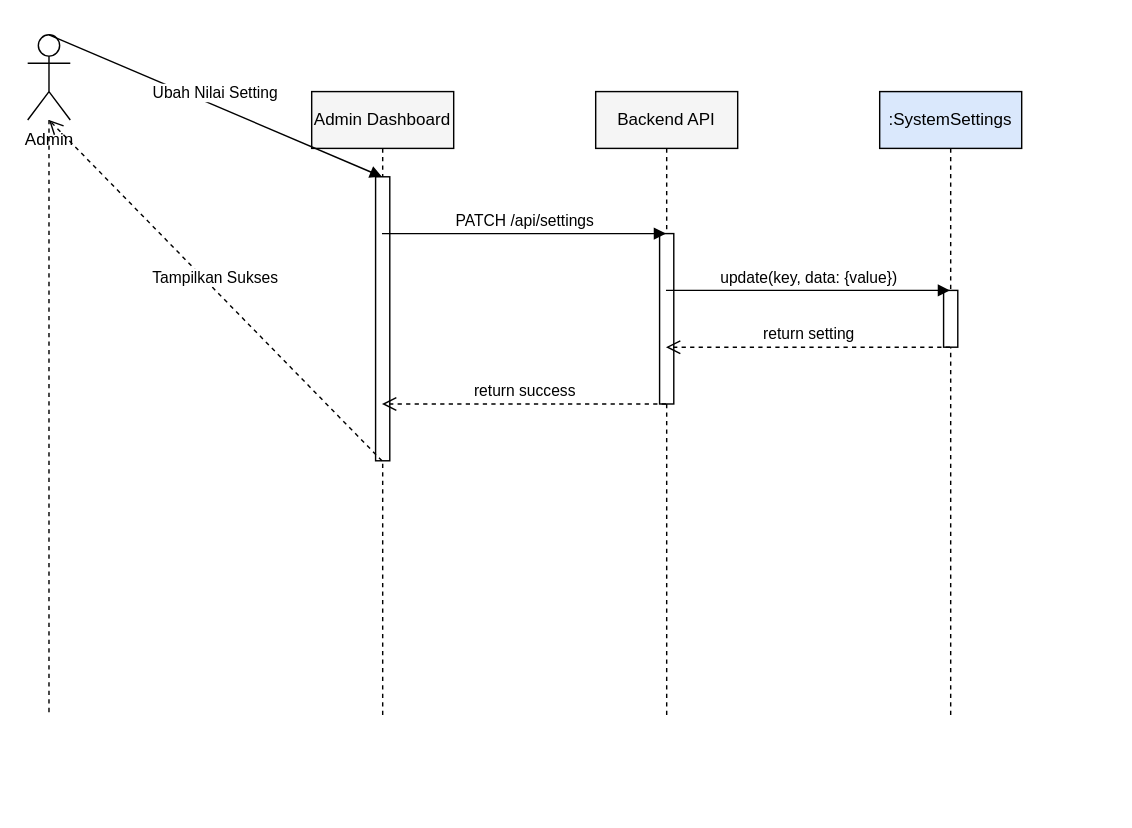
Earlier version of the draw.io diagram docs/sequence_admin_update_settings.drawio (muhammaddzaki123/adminkassmpit). Source tidied: cells renumbered, new cells numbered last; positions are measured from the earlier drawing's top-left corner, leaving out a move shared by most shapes. Both pictures are drawn from the tidied source at 142%, with x=0, y=0 at pixel (27, 34).
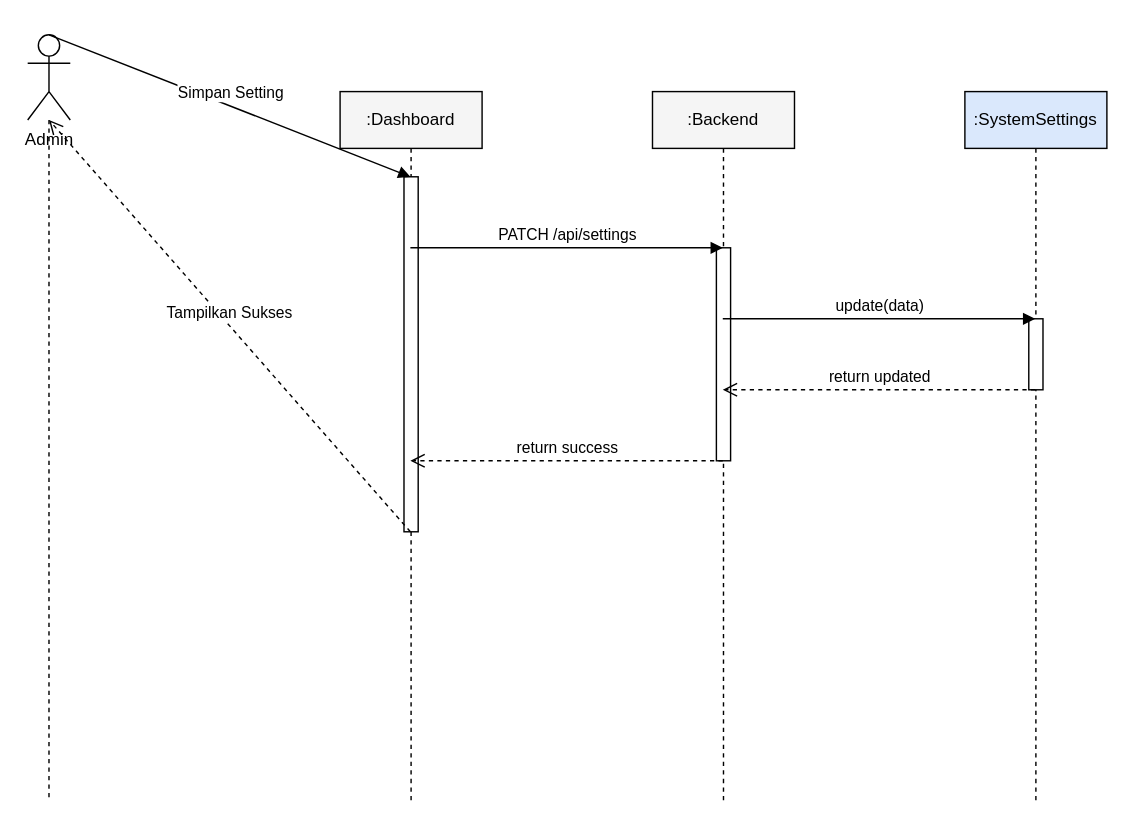
The same page after the edit.

Change to the diagram source:
```diff
@@
 <mxGraphModel>
   <root>
     <mxCell id="0" />
     <mxCell id="1" parent="0" />
     <mxCell id="2" value="Admin" style="shape=umlActor;verticalLabelPosition=bottom;verticalAlign=top;html=1;outlineConnect=0;" parent="1" vertex="1">
       <mxGeometry width="30" height="60" as="geometry" />
     </mxCell>
     <mxCell id="3" style="endArrow=none;dashed=1;html=1;" parent="1" edge="1" source="2">
       <mxGeometry relative="1" as="geometry">
-        <mxPoint x="15" y="480" as="targetPoint" />
+        <mxPoint x="15" y="540" as="targetPoint" />
       </mxGeometry>
     </mxCell>
-    <mxCell id="4" value="Admin Dashboard" style="shape=umlLifeline;perimeter=lifelinePerimeter;whiteSpace=wrap;html=1;outlineConnect=0;fillColor=#f5f5f5;" parent="1" vertex="1">
-      <mxGeometry x="200" y="40" width="100" height="440" as="geometry" />
+    <mxCell id="4" value=":Dashboard" style="shape=umlLifeline;perimeter=lifelinePerimeter;whiteSpace=wrap;html=1;outlineConnect=0;fillColor=#f5f5f5;" parent="1" vertex="1">
+      <mxGeometry x="220" y="40" width="100" height="500" as="geometry" />
     </mxCell>
-    <mxCell id="5" value="Backend API" style="shape=umlLifeline;perimeter=lifelinePerimeter;whiteSpace=wrap;html=1;outlineConnect=0;fillColor=#f5f5f5;" parent="1" vertex="1">
-      <mxGeometry x="400" y="40" width="100" height="440" as="geometry" />
+    <mxCell id="5" value=":Backend" style="shape=umlLifeline;perimeter=lifelinePerimeter;whiteSpace=wrap;html=1;outlineConnect=0;fillColor=#f5f5f5;" parent="1" vertex="1">
+      <mxGeometry x="440" y="40" width="100" height="500" as="geometry" />
     </mxCell>
     <mxCell id="6" value=":SystemSettings" style="shape=umlLifeline;perimeter=lifelinePerimeter;whiteSpace=wrap;html=1;outlineConnect=0;fillColor=#dae8fc;" parent="1" vertex="1">
-      <mxGeometry x="600" y="40" width="100" height="440" as="geometry" />
+      <mxGeometry x="660" y="40" width="100" height="500" as="geometry" />
     </mxCell>
     <mxCell id="7" style="html=1;perimeter=orthogonalPerimeter;fillColor=#FFFFFF;strokeColor=#000000;" parent="1" vertex="1">
-      <mxGeometry x="645" y="180" width="10" height="40" as="geometry" />
+      <mxGeometry x="705" y="200" width="10" height="50" as="geometry" />
     </mxCell>
     <mxCell id="8" style="html=1;perimeter=orthogonalPerimeter;fillColor=#FFFFFF;strokeColor=#000000;" parent="1" vertex="1">
-      <mxGeometry x="445" y="140" width="10" height="120" as="geometry" />
+      <mxGeometry x="485" y="150" width="10" height="150" as="geometry" />
     </mxCell>
     <mxCell id="9" style="html=1;perimeter=orthogonalPerimeter;fillColor=#FFFFFF;strokeColor=#000000;" parent="1" vertex="1">
-      <mxGeometry x="245" y="100" width="10" height="200" as="geometry" />
+      <mxGeometry x="265" y="100" width="10" height="250" as="geometry" />
     </mxCell>
-    <mxCell id="10" value="Ubah Nilai Setting" style="html=1;verticalAlign=bottom;endArrow=block;rounded=0;entryX=0.5;entryY=0.13636363636363635;exitX=0.5;exitY=0.13636363636363635;" parent="1" edge="1" source="2" target="4">
+    <mxCell id="10" value="Simpan Setting" style="html=1;verticalAlign=bottom;endArrow=block;rounded=0;entryX=0.5;entryY=0.12;exitX=0.5;exitY=0.12;" parent="1" edge="1" source="2" target="4">
       <mxGeometry relative="1" as="geometry" />
     </mxCell>
-    <mxCell id="11" value="PATCH /api/settings" style="html=1;verticalAlign=bottom;endArrow=block;rounded=0;entryX=0.5;entryY=0.22727272727272727;exitX=0.5;exitY=0.22727272727272727;" parent="1" edge="1" source="4" target="5">
+    <mxCell id="11" value="PATCH /api/settings" style="html=1;verticalAlign=bottom;endArrow=block;rounded=0;entryX=0.5;entryY=0.22;exitX=0.5;exitY=0.22;" parent="1" edge="1" source="4" target="5">
       <mxGeometry relative="1" as="geometry" />
     </mxCell>
-    <mxCell id="12" value="update(key, data: {value})" style="html=1;verticalAlign=bottom;endArrow=block;rounded=0;entryX=0.5;entryY=0.3181818181818182;exitX=0.5;exitY=0.3181818181818182;" parent="1" edge="1" source="5" target="6">
+    <mxCell id="12" value="update(data)" style="html=1;verticalAlign=bottom;endArrow=block;rounded=0;entryX=0.5;entryY=0.32;exitX=0.5;exitY=0.32;" parent="1" edge="1" source="5" target="6">
       <mxGeometry relative="1" as="geometry" />
     </mxCell>
-    <mxCell id="13" value="return setting" style="html=1;verticalAlign=bottom;endArrow=open;dashed=1;endSize=8;rounded=0;entryX=0.5;entryY=0.4090909090909091;exitX=0.5;exitY=0.4090909090909091;" parent="1" edge="1" source="6" target="5">
+    <mxCell id="13" value="return updated" style="html=1;verticalAlign=bottom;endArrow=open;dashed=1;endSize=8;rounded=0;entryX=0.5;entryY=0.42;exitX=0.5;exitY=0.42;" parent="1" edge="1" source="6" target="5">
       <mxGeometry relative="1" as="geometry" />
     </mxCell>
-    <mxCell id="14" value="return success" style="html=1;verticalAlign=bottom;endArrow=open;dashed=1;endSize=8;rounded=0;entryX=0.5;entryY=0.5;exitX=0.5;exitY=0.5;" parent="1" edge="1" source="5" target="4">
+    <mxCell id="14" value="return success" style="html=1;verticalAlign=bottom;endArrow=open;dashed=1;endSize=8;rounded=0;entryX=0.5;entryY=0.52;exitX=0.5;exitY=0.52;" parent="1" edge="1" source="5" target="4">
       <mxGeometry relative="1" as="geometry" />
     </mxCell>
-    <mxCell id="15" value="Tampilkan Sukses" style="html=1;verticalAlign=bottom;endArrow=open;dashed=1;endSize=8;rounded=0;entryX=0.5;entryY=0.5909090909090909;exitX=0.5;exitY=0.5909090909090909;" parent="1" edge="1" source="4" target="2">
+    <mxCell id="15" value="Tampilkan Sukses" style="html=1;verticalAlign=bottom;endArrow=open;dashed=1;endSize=8;rounded=0;entryX=0.5;entryY=0.62;exitX=0.5;exitY=0.62;" parent="1" edge="1" source="4" target="2">
       <mxGeometry relative="1" as="geometry" />
     </mxCell>
   </root>
 </mxGraphModel>
```
